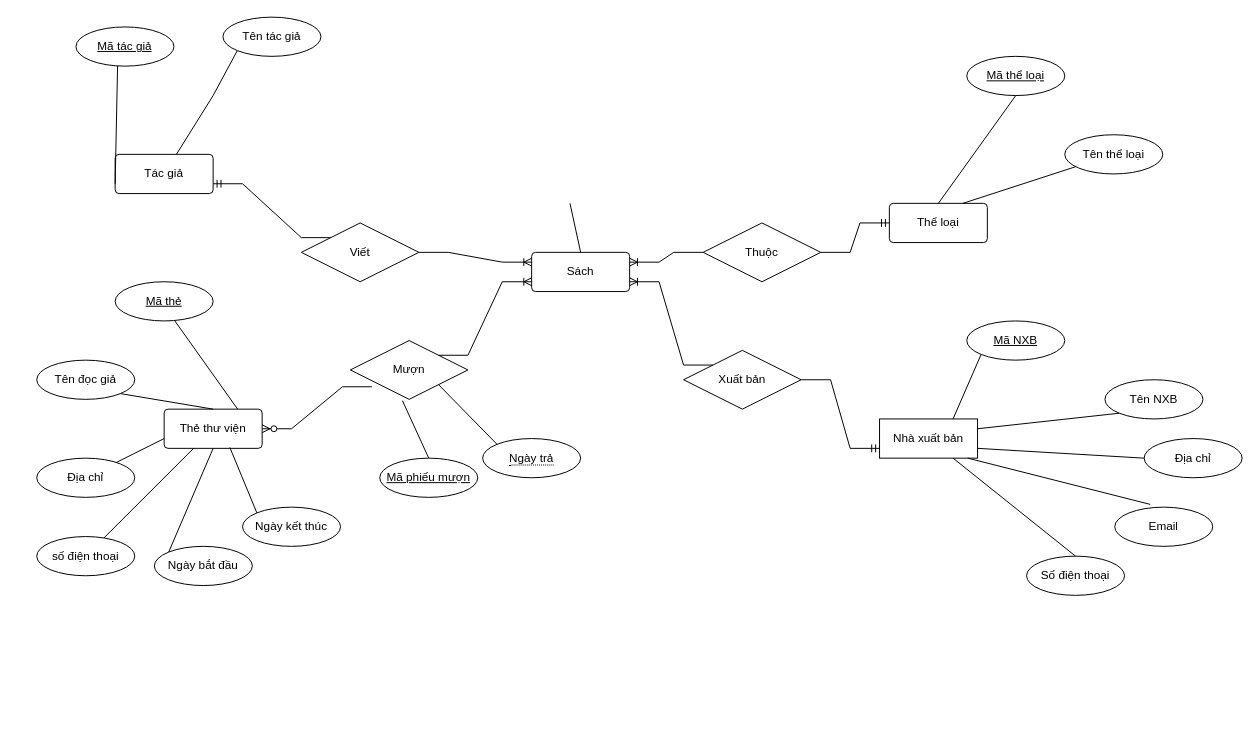
Earlier version of the draw.io diagram Biểu đồ không có tiêu đề.drawio (NhanNgocThach/Data_library). Source tidied: cells renumbered, new cells numbered last; positions are measured from the earlier drawing's top-left corner, leaving out a move shared by most shapes. Both pictures are drawn from the tidied source at 98%, with x=0, y=0 at pixel (36, 17).
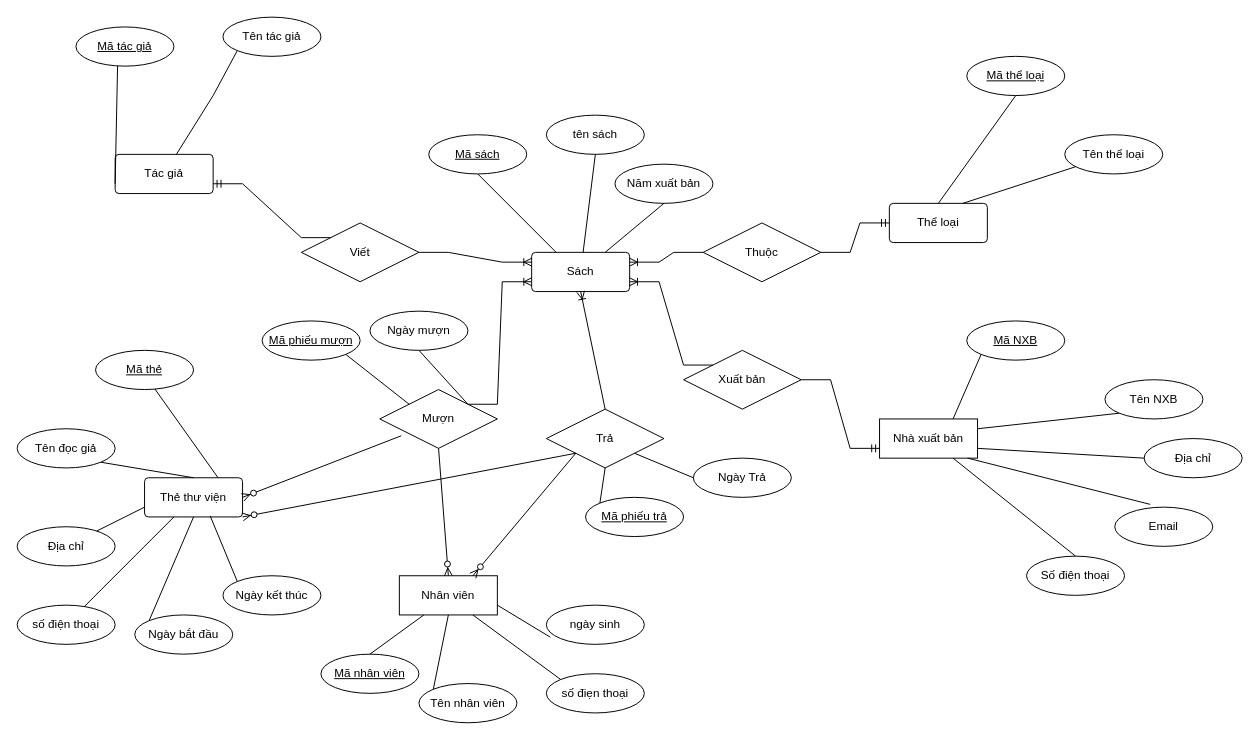
The same page after the edit.

Commit message:
Cập nhật Biểu đồ không có tiêu đề.drawio

Unchanged cells that the change refers to:
```xml
<mxCell id="5" value="Sách" style="rounded=1;arcSize=10;whiteSpace=wrap;html=1;align=center;" parent="1" vertex="1">
  <mxGeometry x="505" y="240" width="100" height="40" as="geometry" />
</mxCell>
```

The edit, as a diff of the source:
```diff
@@
-    <mxCell id="6" style="endArrow=none;html=1;rounded=0;exitX=0.5;exitY=0;exitDx=0;exitDy=0;" parent="1" edge="1" source="5">
-      <mxGeometry relative="1" as="geometry">
-        <mxPoint x="544.1" y="189.9" as="targetPoint" />
-      </mxGeometry>
+    <mxCell id="6" style="endArrow=none;html=1;rounded=0;exitX=0.25;exitY=0;exitDx=0;exitDy=0;entryX=0.5;entryY=1;entryDx=0;entryDy=0;" parent="1" edge="1" source="5" target="55">
+      <mxGeometry relative="1" as="geometry" />
     </mxCell>
     <mxCell id="7" value="Thẻ thư viện" style="rounded=1;arcSize=10;whiteSpace=wrap;html=1;align=center;" parent="1" vertex="1">
-      <mxGeometry x="130" y="400" width="100" height="40" as="geometry" />
+      <mxGeometry x="110" y="470" width="100" height="40" as="geometry" />
     </mxCell>
     <mxCell id="8" value="Địa chỉ" style="ellipse;whiteSpace=wrap;html=1;align=center;" parent="1" vertex="1">
-      <mxGeometry y="450" width="100" height="40" as="geometry" />
+      <mxGeometry x="-20" y="520" width="100" height="40" as="geometry" />
     </mxCell>
     <mxCell id="9" value="số điện thoại" style="ellipse;whiteSpace=wrap;html=1;align=center;" parent="1" vertex="1">
-      <mxGeometry y="530" width="100" height="40" as="geometry" />
+      <mxGeometry x="-20" y="600" width="100" height="40" as="geometry" />
     </mxCell>
@@
     <mxCell id="24" value="Mượn" style="shape=rhombus;perimeter=rhombusPerimeter;whiteSpace=wrap;html=1;align=center;" parent="1" vertex="1">
-      <mxGeometry x="320" y="330" width="120" height="60" as="geometry" />
+      <mxGeometry x="350" y="380" width="120" height="60" as="geometry" />
     </mxCell>
@@
-    <mxCell id="26" style="edgeStyle=entityRelationEdgeStyle;fontSize=12;html=1;endArrow=ERzeroToMany;endFill=1;rounded=0;exitX=0.183;exitY=0.786;exitDx=0;exitDy=0;entryX=1;entryY=0.5;entryDx=0;entryDy=0;exitPerimeter=0;" parent="1" edge="1" source="24" target="7">
+    <mxCell id="26" style="fontSize=12;html=1;endArrow=ERzeroToMany;endFill=1;rounded=0;exitX=0.183;exitY=0.786;exitDx=0;exitDy=0;entryX=1;entryY=0.5;entryDx=0;entryDy=0;exitPerimeter=0;" parent="1" edge="1" source="24" target="7">
       <mxGeometry relative="1" as="geometry" />
     </mxCell>
@@
     <mxCell id="30" value="Mã thẻ" style="ellipse;whiteSpace=wrap;html=1;align=center;fontStyle=4;" parent="1" vertex="1">
-      <mxGeometry x="80" y="270" width="100" height="40" as="geometry" />
+      <mxGeometry x="60" y="340" width="100" height="40" as="geometry" />
     </mxCell>
-    <mxCell id="31" value="&lt;span style=&quot;border-bottom: 1px dotted&quot;&gt;Ngày trả&lt;/span&gt;" style="ellipse;whiteSpace=wrap;html=1;align=center;" parent="1" vertex="1">
-      <mxGeometry x="455" y="430" width="100" height="40" as="geometry" />
-    </mxCell>
     <mxCell id="32" value="Mã phiếu mượn" style="ellipse;whiteSpace=wrap;html=1;align=center;fontStyle=4;" parent="1" vertex="1">
-      <mxGeometry x="350" y="450" width="100" height="40" as="geometry" />
+      <mxGeometry x="230" y="310" width="100" height="40" as="geometry" />
     </mxCell>
-    <mxCell id="33" style="endArrow=none;html=1;rounded=0;entryX=0.5;entryY=0;entryDx=0;entryDy=0;exitX=0.443;exitY=1.022;exitDx=0;exitDy=0;exitPerimeter=0;" parent="1" edge="1" source="24" target="32">
+    <mxCell id="33" style="endArrow=none;html=1;rounded=0;entryX=1;entryY=1;entryDx=0;entryDy=0;exitX=0;exitY=0;exitDx=0;exitDy=0;" parent="1" edge="1" source="24" target="32">
       <mxGeometry relative="1" as="geometry" />
     </mxCell>
-    <mxCell id="34" style="endArrow=none;html=1;rounded=0;exitX=1;exitY=1;exitDx=0;exitDy=0;entryX=0;entryY=0;entryDx=0;entryDy=0;" parent="1" edge="1" source="24" target="31">
+    <mxCell id="34" style="endArrow=none;html=1;rounded=0;exitX=1;exitY=0;exitDx=0;exitDy=0;entryX=0.5;entryY=1;entryDx=0;entryDy=0;" parent="1" edge="1" source="24" target="60">
       <mxGeometry relative="1" as="geometry" />
     </mxCell>
@@
     <mxCell id="39" value="Tên đọc giả" style="ellipse;whiteSpace=wrap;html=1;align=center;" parent="1" vertex="1">
-      <mxGeometry y="350" width="100" height="40" as="geometry" />
+      <mxGeometry x="-20" y="420" width="100" height="40" as="geometry" />
     </mxCell>
@@
     <mxCell id="51" value="Ngày bắt đầu" style="ellipse;whiteSpace=wrap;html=1;align=center;" parent="1" vertex="1">
-      <mxGeometry x="120" y="540" width="100" height="40" as="geometry" />
+      <mxGeometry x="100" y="610" width="100" height="40" as="geometry" />
     </mxCell>
@@
     <mxCell id="53" value="Ngày kết thúc" style="ellipse;whiteSpace=wrap;html=1;align=center;" parent="1" vertex="1">
-      <mxGeometry x="210" y="500" width="100" height="40" as="geometry" />
+      <mxGeometry x="190" y="570" width="100" height="40" as="geometry" />
     </mxCell>
@@
+    <mxCell id="55" value="Mã sách" style="ellipse;whiteSpace=wrap;html=1;align=center;fontStyle=4;" parent="1" vertex="1">
+      <mxGeometry x="400" y="120" width="100" height="40" as="geometry" />
+    </mxCell>
+    <mxCell id="56" value="tên sách" style="ellipse;whiteSpace=wrap;html=1;align=center;" parent="1" vertex="1">
+      <mxGeometry x="520" y="100" width="100" height="40" as="geometry" />
+    </mxCell>
+    <mxCell id="57" style="endArrow=none;html=1;rounded=0;entryX=0.5;entryY=1;entryDx=0;entryDy=0;" parent="1" edge="1" source="5" target="56">
+      <mxGeometry relative="1" as="geometry" />
+    </mxCell>
+    <mxCell id="58" value="Năm xuất bản" style="ellipse;whiteSpace=wrap;html=1;align=center;" parent="1" vertex="1">
+      <mxGeometry x="590" y="150" width="100" height="40" as="geometry" />
+    </mxCell>
+    <mxCell id="59" style="endArrow=none;html=1;rounded=0;exitX=0.75;exitY=0;exitDx=0;exitDy=0;entryX=0.5;entryY=1;entryDx=0;entryDy=0;" parent="1" edge="1" source="5" target="58">
+      <mxGeometry relative="1" as="geometry" />
+    </mxCell>
+    <mxCell id="60" value="Ngày mượn" style="ellipse;whiteSpace=wrap;html=1;align=center;" parent="1" vertex="1">
+      <mxGeometry x="340" y="300" width="100" height="40" as="geometry" />
+    </mxCell>
+    <mxCell id="61" value="Nhân viên" style="whiteSpace=wrap;html=1;align=center;" parent="1" vertex="1">
+      <mxGeometry x="370" y="570" width="100" height="40" as="geometry" />
+    </mxCell>
+    <mxCell id="62" value="Trả" style="shape=rhombus;perimeter=rhombusPerimeter;whiteSpace=wrap;html=1;align=center;" parent="1" vertex="1">
+      <mxGeometry x="520" y="400" width="120" height="60" as="geometry" />
+    </mxCell>
+    <mxCell id="63" style="fontSize=12;html=1;endArrow=ERzeroToMany;endFill=1;rounded=0;exitX=0;exitY=1;exitDx=0;exitDy=0;entryX=1;entryY=1;entryDx=0;entryDy=0;" parent="1" edge="1" source="62" target="7">
+      <mxGeometry relative="1" as="geometry" />
+    </mxCell>
+    <mxCell id="64" style="fontSize=12;html=1;endArrow=ERzeroToMany;endFill=1;rounded=0;entryX=0.5;entryY=0;entryDx=0;entryDy=0;exitX=0.5;exitY=1;exitDx=0;exitDy=0;" parent="1" edge="1" source="24" target="61">
+      <mxGeometry relative="1" as="geometry" />
+    </mxCell>
+    <mxCell id="65" style="fontSize=12;html=1;endArrow=ERzeroToMany;endFill=1;rounded=0;entryX=0.75;entryY=0;entryDx=0;entryDy=0;exitX=0;exitY=1;exitDx=0;exitDy=0;" parent="1" edge="1" source="62" target="61">
+      <mxGeometry relative="1" as="geometry" />
+    </mxCell>
+    <mxCell id="66" style="fontSize=12;html=1;endArrow=ERoneToMany;rounded=0;entryX=0.5;entryY=1;entryDx=0;entryDy=0;exitX=0.5;exitY=0;exitDx=0;exitDy=0;" parent="1" edge="1" source="62" target="5">
+      <mxGeometry relative="1" as="geometry" />
+    </mxCell>
+    <mxCell id="67" value="Mã nhân viên" style="ellipse;whiteSpace=wrap;html=1;align=center;fontStyle=4;" parent="1" vertex="1">
+      <mxGeometry x="290" y="650" width="100" height="40" as="geometry" />
+    </mxCell>
+    <mxCell id="68" style="endArrow=none;html=1;rounded=0;exitX=0.25;exitY=1;exitDx=0;exitDy=0;entryX=0.5;entryY=0;entryDx=0;entryDy=0;" parent="1" edge="1" source="61" target="67">
+      <mxGeometry relative="1" as="geometry" />
+    </mxCell>
+    <mxCell id="69" value="ngày sinh" style="ellipse;whiteSpace=wrap;html=1;align=center;" parent="1" vertex="1">
+      <mxGeometry x="520" y="600" width="100" height="40" as="geometry" />
+    </mxCell>
+    <mxCell id="70" value="số điẹn thoại" style="ellipse;whiteSpace=wrap;html=1;align=center;" parent="1" vertex="1">
+      <mxGeometry x="520" y="670" width="100" height="40" as="geometry" />
+    </mxCell>
+    <mxCell id="71" value="Tên nhân viên" style="ellipse;whiteSpace=wrap;html=1;align=center;" parent="1" vertex="1">
+      <mxGeometry x="390" y="680" width="100" height="40" as="geometry" />
+    </mxCell>
+    <mxCell id="72" style="endArrow=none;html=1;rounded=0;entryX=0;entryY=0;entryDx=0;entryDy=0;exitX=0.5;exitY=1;exitDx=0;exitDy=0;" parent="1" edge="1" source="61" target="71">
+      <mxGeometry relative="1" as="geometry" />
+    </mxCell>
+    <mxCell id="73" style="endArrow=none;html=1;rounded=0;entryX=0;entryY=0;entryDx=0;entryDy=0;exitX=0.75;exitY=1;exitDx=0;exitDy=0;" parent="1" edge="1" source="61" target="70">
+      <mxGeometry relative="1" as="geometry" />
+    </mxCell>
+    <mxCell id="74" style="endArrow=none;html=1;rounded=0;entryX=0.041;entryY=0.818;entryDx=0;entryDy=0;exitX=1;exitY=0.75;exitDx=0;exitDy=0;entryPerimeter=0;" parent="1" edge="1" source="61" target="69">
+      <mxGeometry relative="1" as="geometry" />
+    </mxCell>
+    <mxCell id="75" value="Ngày Trả" style="ellipse;whiteSpace=wrap;html=1;align=center;" parent="1" vertex="1">
+      <mxGeometry x="670" y="450" width="100" height="40" as="geometry" />
+    </mxCell>
+    <mxCell id="76" value="Mã phiếu trả" style="ellipse;whiteSpace=wrap;html=1;align=center;fontStyle=4;" parent="1" vertex="1">
+      <mxGeometry x="560" y="490" width="100" height="40" as="geometry" />
+    </mxCell>
+    <mxCell id="77" style="endArrow=none;html=1;rounded=0;entryX=0;entryY=0.5;entryDx=0;entryDy=0;exitX=1;exitY=1;exitDx=0;exitDy=0;" parent="1" edge="1" source="62" target="75">
+      <mxGeometry relative="1" as="geometry" />
+    </mxCell>
+    <mxCell id="78" style="endArrow=none;html=1;rounded=0;entryX=0.5;entryY=1;entryDx=0;entryDy=0;exitX=0;exitY=0;exitDx=0;exitDy=0;" parent="1" edge="1" source="76" target="62">
+      <mxGeometry relative="1" as="geometry" />
+    </mxCell>
```
